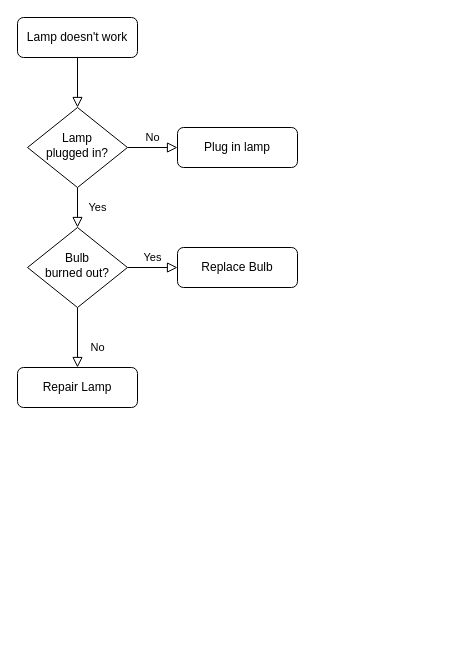
marthin9/bugatti-aroma-king keeps this draw.io diagram as Untitled Diagram.drawio. Above is the earlier version. Source tidied: cells renumbered, new cells numbered last; positions are measured from the earlier drawing's top-left corner, leaving out a move shared by most shapes. Both pictures are drawn from the tidied source at 100%, with x=0, y=0 at pixel (17, 17).
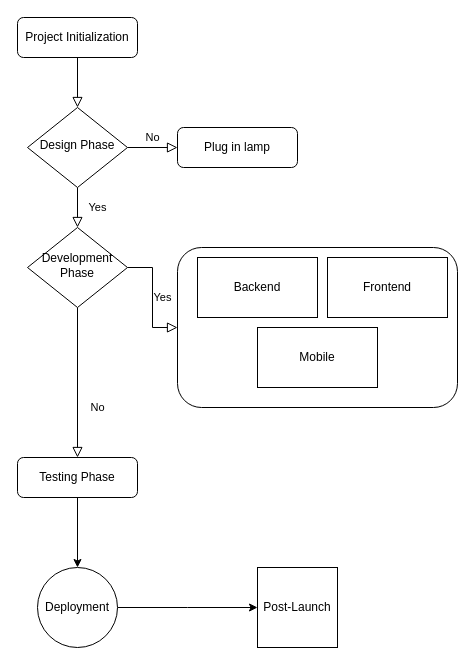
The same diagram, later.

The edit, as a diff of the source:
```diff
@@
-    <mxCell id="3" value="Lamp doesn't work" style="rounded=1;whiteSpace=wrap;html=1;fontSize=12;glass=0;strokeWidth=1;shadow=0;" parent="1" vertex="1">
+    <mxCell id="3" value="&lt;div&gt;Project Initialization&lt;/div&gt;" style="rounded=1;whiteSpace=wrap;html=1;fontSize=12;glass=0;strokeWidth=1;shadow=0;" parent="1" vertex="1">
       <mxGeometry width="120" height="40" as="geometry" />
     </mxCell>
@@
-    <mxCell id="6" value="Lamp&lt;br&gt;plugged in?" style="rhombus;whiteSpace=wrap;html=1;shadow=0;fontFamily=Helvetica;fontSize=12;align=center;strokeWidth=1;spacing=6;spacingTop=-4;" parent="1" vertex="1">
+    <mxCell id="6" value="&lt;div&gt;Design Phase&lt;/div&gt;" style="rhombus;whiteSpace=wrap;html=1;shadow=0;fontFamily=Helvetica;fontSize=12;align=center;strokeWidth=1;spacing=6;spacingTop=-4;" parent="1" vertex="1">
       <mxGeometry x="10" y="90" width="100" height="80" as="geometry" />
     </mxCell>
@@
-    <mxCell id="10" value="Bulb&lt;br&gt;burned out?" style="rhombus;whiteSpace=wrap;html=1;shadow=0;fontFamily=Helvetica;fontSize=12;align=center;strokeWidth=1;spacing=6;spacingTop=-4;" parent="1" vertex="1">
+    <mxCell id="10" value="Development Phase" style="rhombus;whiteSpace=wrap;html=1;shadow=0;fontFamily=Helvetica;fontSize=12;align=center;strokeWidth=1;spacing=6;spacingTop=-4;" parent="1" vertex="1">
       <mxGeometry x="10" y="210" width="100" height="80" as="geometry" />
     </mxCell>
+    <mxCell id="13" style="edgeStyle=orthogonalEdgeStyle;rounded=0;jettySize=auto;html=1;" parent="1" edge="1" source="11" target="18">
+      <mxGeometry relative="1" as="geometry" />
+    </mxCell>
-    <mxCell id="11" value="Repair Lamp" style="rounded=1;whiteSpace=wrap;html=1;fontSize=12;glass=0;strokeWidth=1;shadow=0;" parent="1" vertex="1">
-      <mxGeometry y="350" width="120" height="40" as="geometry" />
+    <mxCell id="11" value="&lt;div&gt;Testing Phase&lt;/div&gt;" style="rounded=1;whiteSpace=wrap;html=1;fontSize=12;glass=0;strokeWidth=1;shadow=0;" parent="1" vertex="1">
+      <mxGeometry y="440" width="120" height="40" as="geometry" />
     </mxCell>
-    <mxCell id="12" value="Replace Bulb" style="rounded=1;whiteSpace=wrap;html=1;fontSize=12;glass=0;strokeWidth=1;shadow=0;" parent="1" vertex="1">
-      <mxGeometry x="160" y="230" width="120" height="40" as="geometry" />
+    <mxCell id="12" style="rounded=1;whiteSpace=wrap;html=1;fontSize=12;glass=0;strokeWidth=1;shadow=0;" parent="1" vertex="1">
+      <mxGeometry x="160" y="230" width="280" height="160" as="geometry" />
     </mxCell>
+    <mxCell id="14" value="&lt;div&gt;Backend&lt;/div&gt;" style="rounded=0;whiteSpace=wrap;html=1;" parent="1" vertex="1">
+      <mxGeometry x="180" y="240" width="120" height="60" as="geometry" />
+    </mxCell>
+    <mxCell id="15" value="&lt;div&gt;Frontend&lt;/div&gt;" style="rounded=0;whiteSpace=wrap;html=1;" parent="1" vertex="1">
+      <mxGeometry x="310" y="240" width="120" height="60" as="geometry" />
+    </mxCell>
+    <mxCell id="16" value="&lt;div&gt;Mobile&lt;/div&gt;" style="rounded=0;whiteSpace=wrap;html=1;" parent="1" vertex="1">
+      <mxGeometry x="240" y="310" width="120" height="60" as="geometry" />
+    </mxCell>
+    <mxCell id="17" style="edgeStyle=orthogonalEdgeStyle;rounded=0;jettySize=auto;html=1;" parent="1" edge="1" source="18">
+      <mxGeometry relative="1" as="geometry">
+        <mxPoint x="240" y="590" as="targetPoint" />
+      </mxGeometry>
+    </mxCell>
+    <mxCell id="18" value="Deployment" style="ellipse;whiteSpace=wrap;html=1;" parent="1" vertex="1">
+      <mxGeometry x="20" y="550" width="80" height="80" as="geometry" />
+    </mxCell>
+    <mxCell id="19" value="Post-Launch" style="whiteSpace=wrap;html=1;" parent="1" vertex="1">
+      <mxGeometry x="240" y="550" width="80" height="80" as="geometry" />
+    </mxCell>
```
